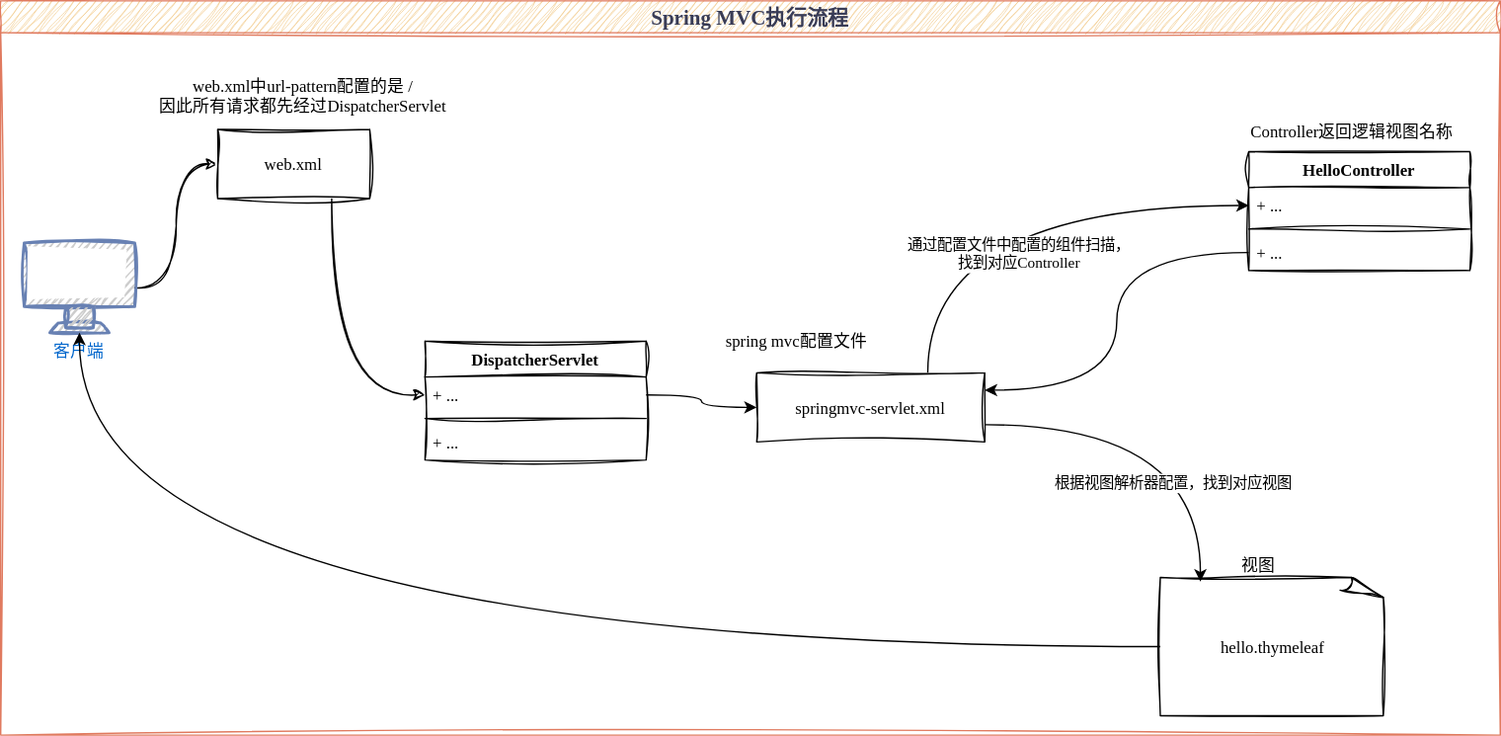
luguosong/images keeps this draw.io diagram as diagrams/java_serve/web_application/mvc/SpringMVC执行过程.svg. Above is the earlier version. Source tidied: cells renumbered, new cells last; positions are measured from the earlier drawing's top-left corner, leaving out a move shared by most shapes.
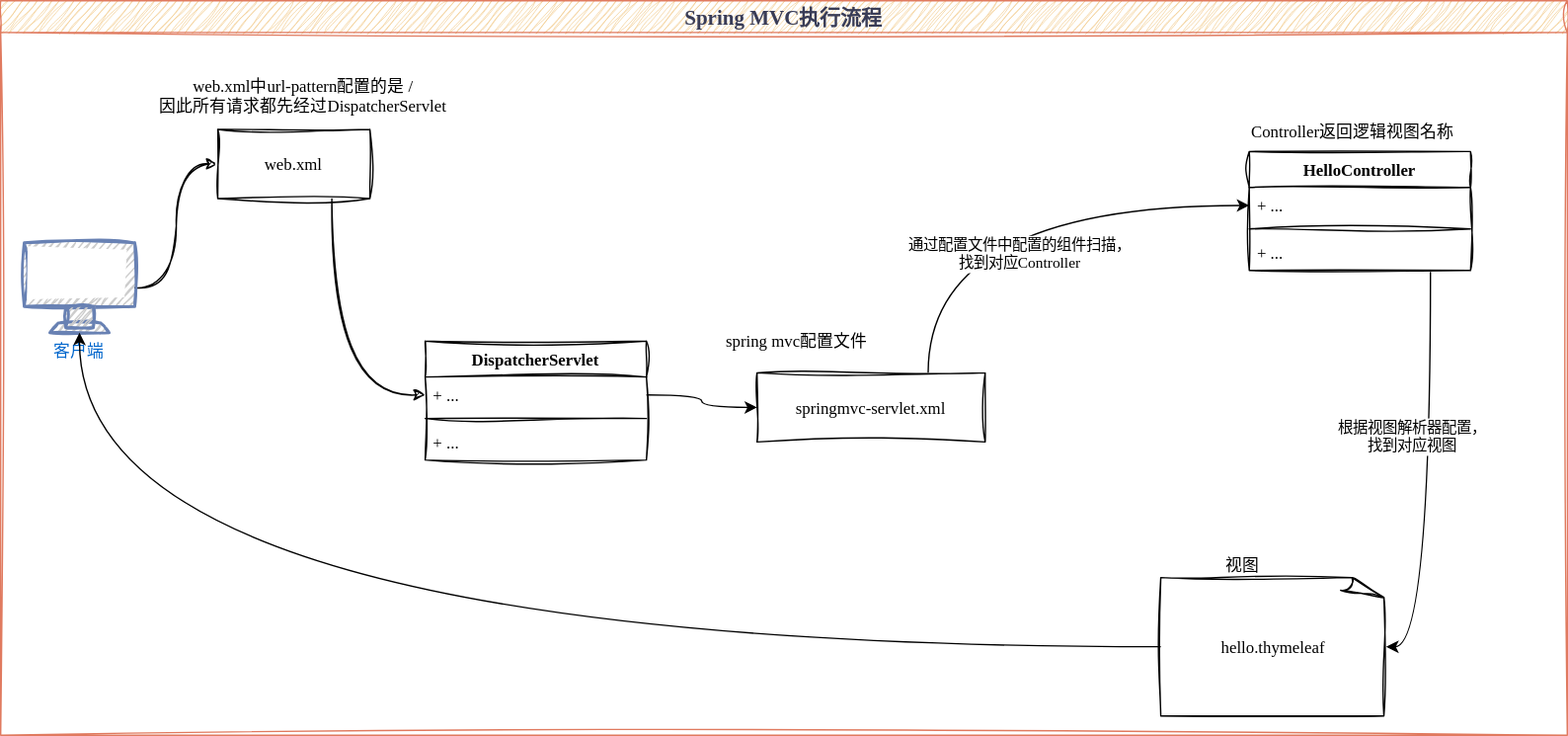
Above is the later version.

Commit message:
更新SpringMVC执行过程.svg

What changed in the source:
```diff
@@ -3,7 +3,7 @@
     <mxCell id="0" />
     <mxCell id="1" parent="0" />
     <mxCell id="2" value="Spring MVC执行流程" style="swimlane;sketch=1;hachureGap=4;jiggle=2;curveFitting=1;fontFamily=LXGW WenKai;fontSize=15;strokeColor=#E07A5F;align=center;verticalAlign=middle;fontColor=#393C56;fontStyle=1;fillColor=#F2CC8F;labelBackgroundColor=none;startSize=23;" parent="1" vertex="1">
-      <mxGeometry width="1085" height="531" as="geometry" />
+      <mxGeometry width="1133" height="531" as="geometry" />
     </mxCell>
     <mxCell id="3" style="edgeStyle=orthogonalEdgeStyle;curved=1;rounded=0;jettySize=auto;exitX=0.75;exitY=0;exitDx=0;exitDy=0;entryX=0;entryY=0.5;entryDx=0;entryDy=0;fontFamily=LXGW WenKai;" parent="2" edge="1" source="5" target="8">
       <mxGeometry relative="1" as="geometry" />
@@ -35,22 +35,19 @@
       <mxGeometry x="893" y="81" width="170" height="26" as="geometry" />
     </mxCell>
     <mxCell id="12" value="视图" style="text;align=center;verticalAlign=middle;strokeColor=none;fillColor=none;fontFamily=LXGW WenKai;" parent="2" vertex="1">
-      <mxGeometry x="889" y="395" width="42" height="26" as="geometry" />
+      <mxGeometry x="877" y="395" width="42" height="26" as="geometry" />
     </mxCell>
     <mxCell id="13" value="spring mvc配置文件" style="text;align=center;verticalAlign=middle;strokeColor=none;fillColor=none;fontFamily=LXGW WenKai;" parent="2" vertex="1">
       <mxGeometry x="512" y="233" width="128" height="26" as="geometry" />
     </mxCell>
-    <mxCell id="14" style="edgeStyle=orthogonalEdgeStyle;curved=1;rounded=0;jettySize=auto;exitX=0;exitY=0.5;exitDx=0;exitDy=0;entryX=1;entryY=0.25;entryDx=0;entryDy=0;fontFamily=LXGW WenKai;" parent="2" edge="1" source="10" target="5">
+    <mxCell id="14" style="edgeStyle=orthogonalEdgeStyle;curved=1;rounded=0;jettySize=auto;exitX=0.819;exitY=1.038;exitDx=0;exitDy=0;entryX=1;entryY=0.5;entryDx=0;entryDy=0;fontFamily=LXGW WenKai;entryPerimeter=0;exitPerimeter=0;" parent="2" edge="1" source="10" target="6">
       <mxGeometry relative="1" as="geometry" />
     </mxCell>
-    <mxCell id="15" style="edgeStyle=orthogonalEdgeStyle;curved=1;rounded=0;jettySize=auto;exitX=1;exitY=0.75;exitDx=0;exitDy=0;entryX=0.178;entryY=0.03;entryDx=0;entryDy=0;entryPerimeter=0;fontFamily=LXGW WenKai;" parent="2" edge="1" source="5" target="6">
-      <mxGeometry relative="1" as="geometry" />
-    </mxCell>
-    <mxCell id="16" value="根据视图解析器配置，找到对应视图" style="edgeLabel;align=center;verticalAlign=middle;fontFamily=LXGW WenKai;" parent="15" vertex="1">
-      <mxGeometry x="-0.25" y="-13" relative="1" as="geometry">
-        <mxPoint x="35" y="28" as="offset" />
-      </mxGeometry>
-    </mxCell>
+    <mxCell id="28" value="根据视图解析器配置，&#10;找到对应视图" style="edgeLabel;align=center;verticalAlign=middle;" parent="14" vertex="1">
+      <mxGeometry x="-0.35" y="1" relative="1" as="geometry">
+        <mxPoint x="-14" y="19" as="offset" />
+      </mxGeometry>
+    </mxCell>
     <mxCell id="17" style="edgeStyle=orthogonalEdgeStyle;curved=1;rounded=0;jettySize=auto;exitX=1;exitY=0.5;exitDx=0;exitDy=0;exitPerimeter=0;entryX=0;entryY=0.5;entryDx=0;entryDy=0;fontFamily=LXGW WenKai;sketch=1;curveFitting=1;jiggle=2;" parent="1" edge="1" source="18" target="20">
       <mxGeometry relative="1" as="geometry" />
     </mxCell>
```
